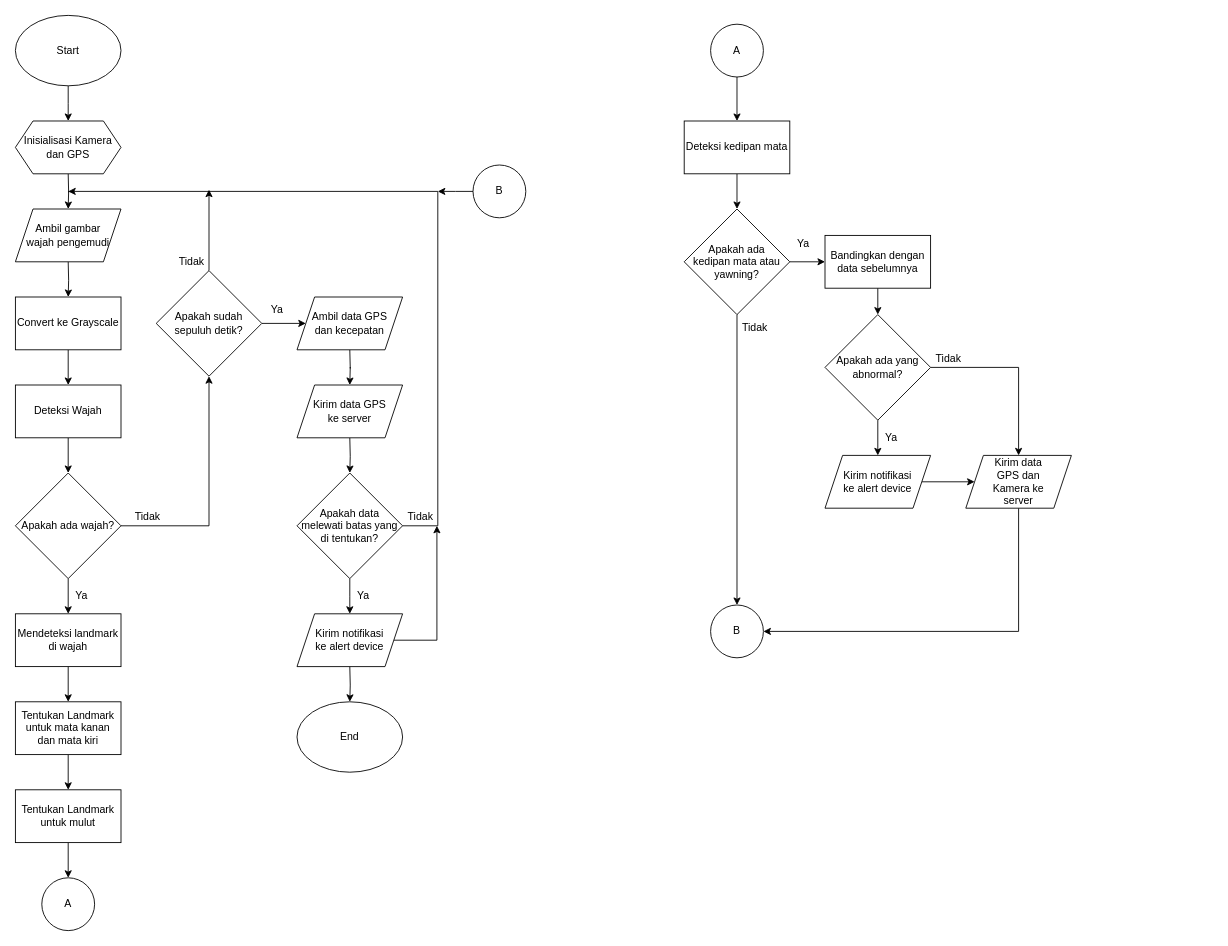
The draw.io diagram Flow Chart Main Device.drawio in Akise17/Web-Design, before the edit. Source tidied: cells renumbered, new cells numbered last; positions are measured from the earlier drawing's top-left corner, leaving out a move shared by most shapes. Both pictures are drawn from the tidied source at 88%, with x=0, y=0 at pixel (15, 15).
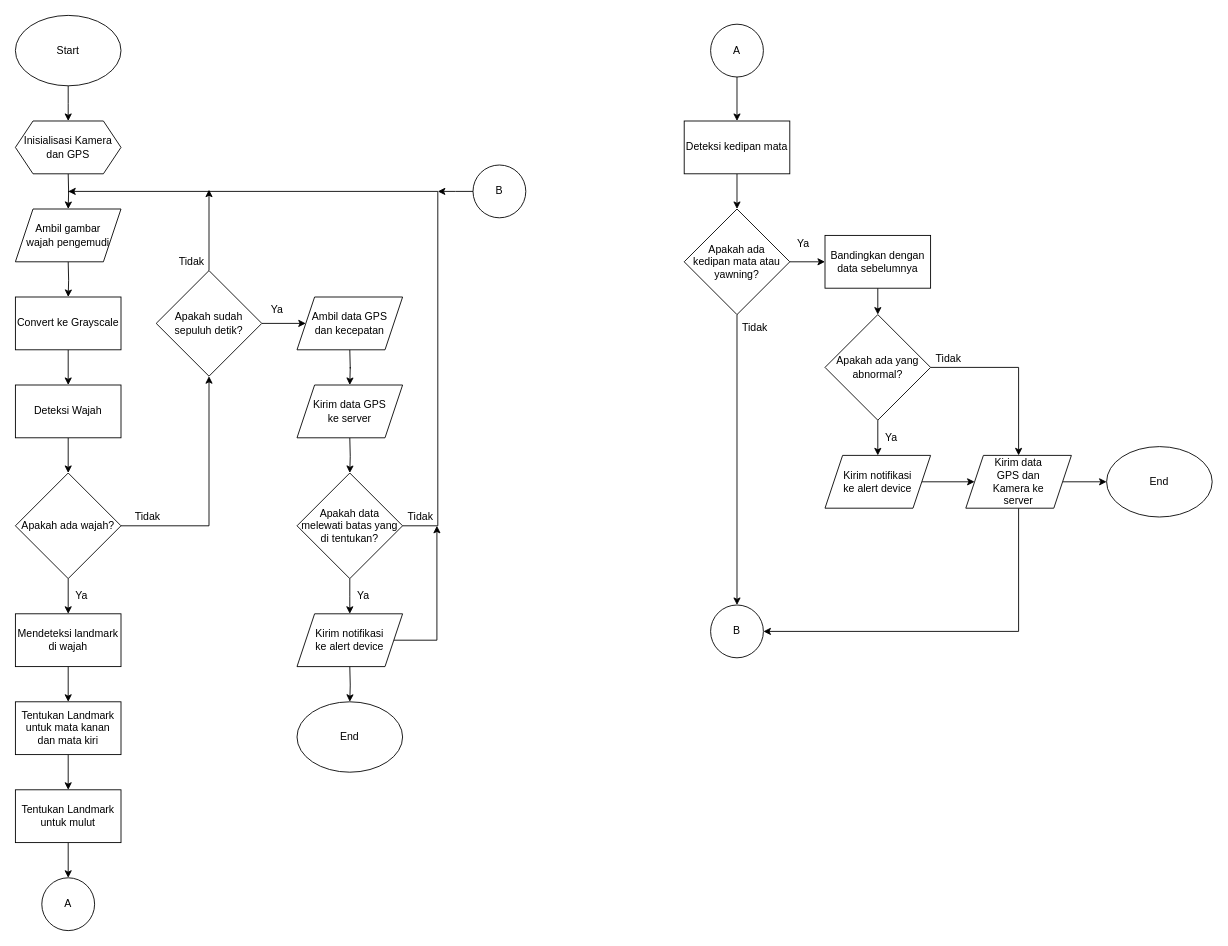
After the change.

The change refers to these unchanged cells:
```xml
<mxCell id="59" value="&lt;div&gt;Kirim data &lt;br&gt;&lt;/div&gt;&lt;div&gt;GPS dan &lt;br&gt;&lt;/div&gt;&lt;div&gt;Kamera ke &lt;br&gt;&lt;/div&gt;&lt;div&gt;server&lt;/div&gt;" style="shape=parallelogram;perimeter=parallelogramPerimeter;whiteSpace=wrap;html=1;fixedSize=1;" parent="1" vertex="1">
  <mxGeometry x="1080" y="500" width="120" height="60" as="geometry" />
</mxCell>
```

What changed in the source:
```diff
@@
+    <mxCell id="65" style="edgeStyle=orthogonalEdgeStyle;rounded=0;jettySize=auto;html=1;exitX=1;exitY=0.5;exitDx=0;exitDy=0;entryX=0;entryY=0.5;entryDx=0;entryDy=0;startArrow=none;startFill=0;" parent="1" edge="1" source="59" target="66">
+      <mxGeometry relative="1" as="geometry" />
+    </mxCell>
@@
+    <mxCell id="66" value="End" style="ellipse;whiteSpace=wrap;html=1;" parent="1" vertex="1">
+      <mxGeometry x="1240" y="490" width="120" height="80" as="geometry" />
+    </mxCell>
```
